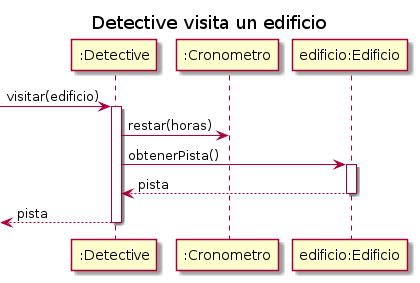
Earlier version of the PlantUML export diagrams/sequences/secuencia_visitarEdificio.png (MegaRedHand/algo-thief).
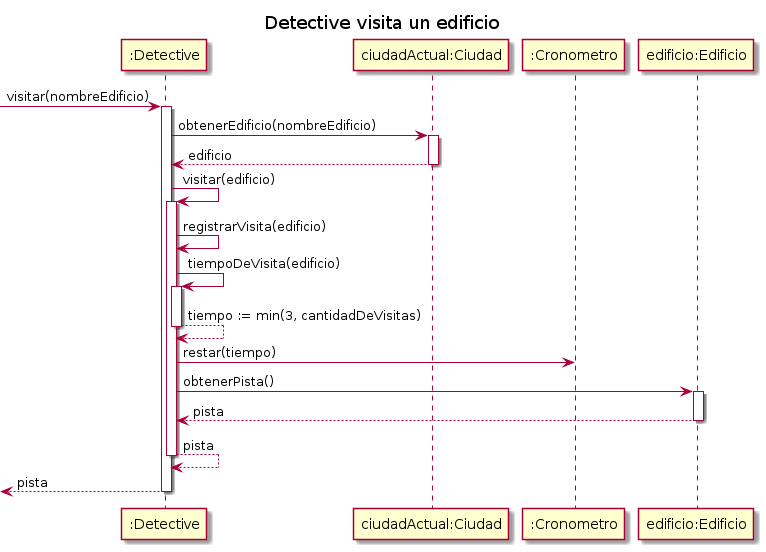
Above is the later version.

What changed in the source:
```diff
@@ -2,15 +2,26 @@
 
 
 title "Detective visita un edificio"
+
 participant ":Detective" as detective
+participant "ciudadActual:Ciudad" as ciudad
 participant ":Cronometro" as cron
 participant "edificio:Edificio" as edificio
 
--> detective: visitar(edificio)
+-> detective: visitar(nombreEdificio)
 activate detective
-detective -> cron: restar(horas)
-detective -> edificio: obtenerPista()
-    activate edificio
+detective -> ciudad: obtenerEdificio(nombreEdificio)
+    activate ciudad
+    return edificio
+detective -> detective: visitar(edificio)
+    activate detective
+    detective -> detective: registrarVisita(edificio)
+    detective -> detective++: tiempoDeVisita(edificio)
+        return tiempo := min(3, cantidadDeVisitas)
+    detective -> cron: restar(tiempo)
+    detective -> edificio: obtenerPista()
+        activate edificio
+        return pista
     return pista
 return pista
 
```
